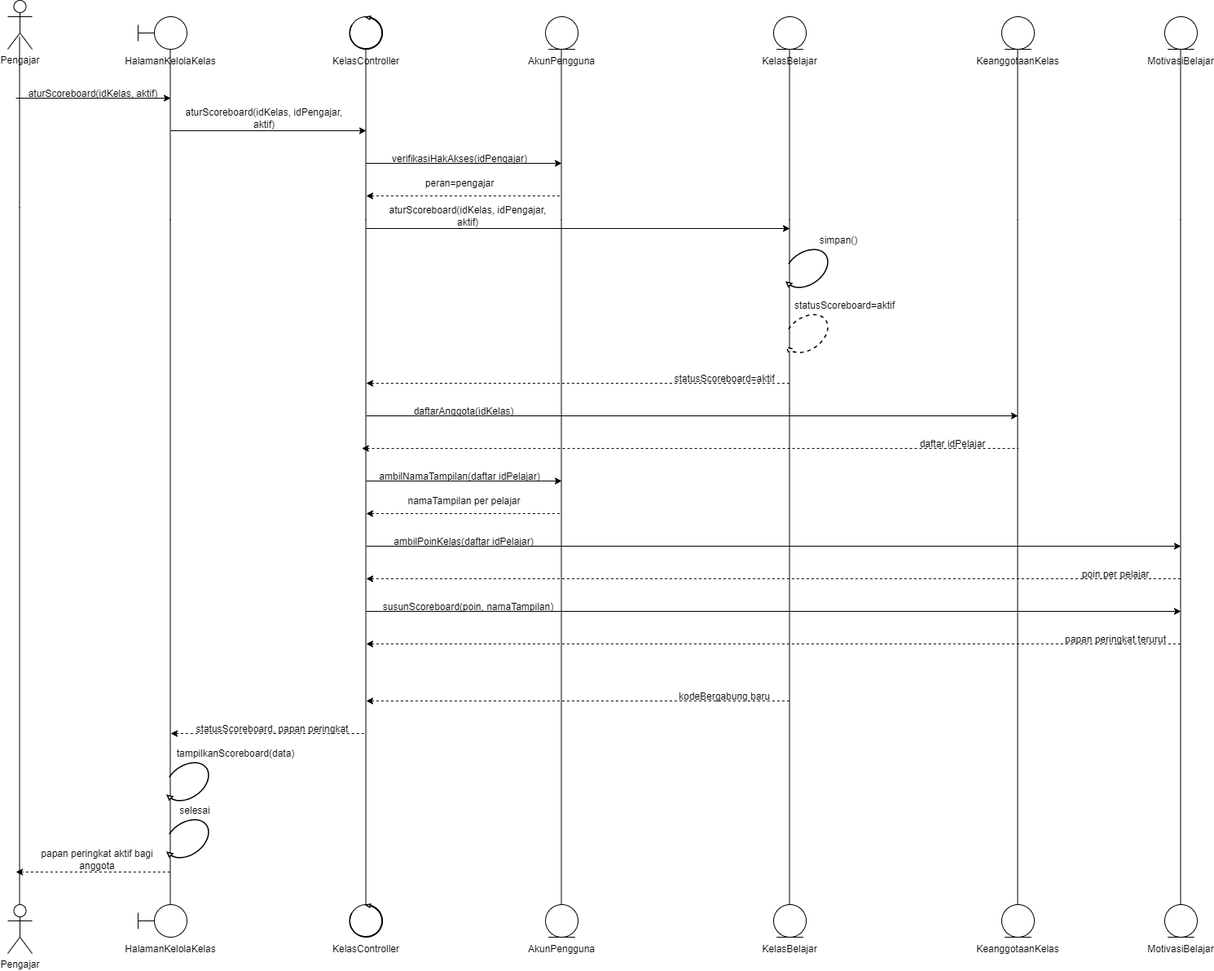
Before: docs/M7/assets/diagram/SkenarioAlt3 UC_07.drawio.png, a diagram exported from draw.io (nighttbott/IF2150-RPL-K02-G04). Source tidied: cells renumbered, new cells last; positions are measured from the earlier drawing's top-left corner, leaving out a move shared by most shapes.
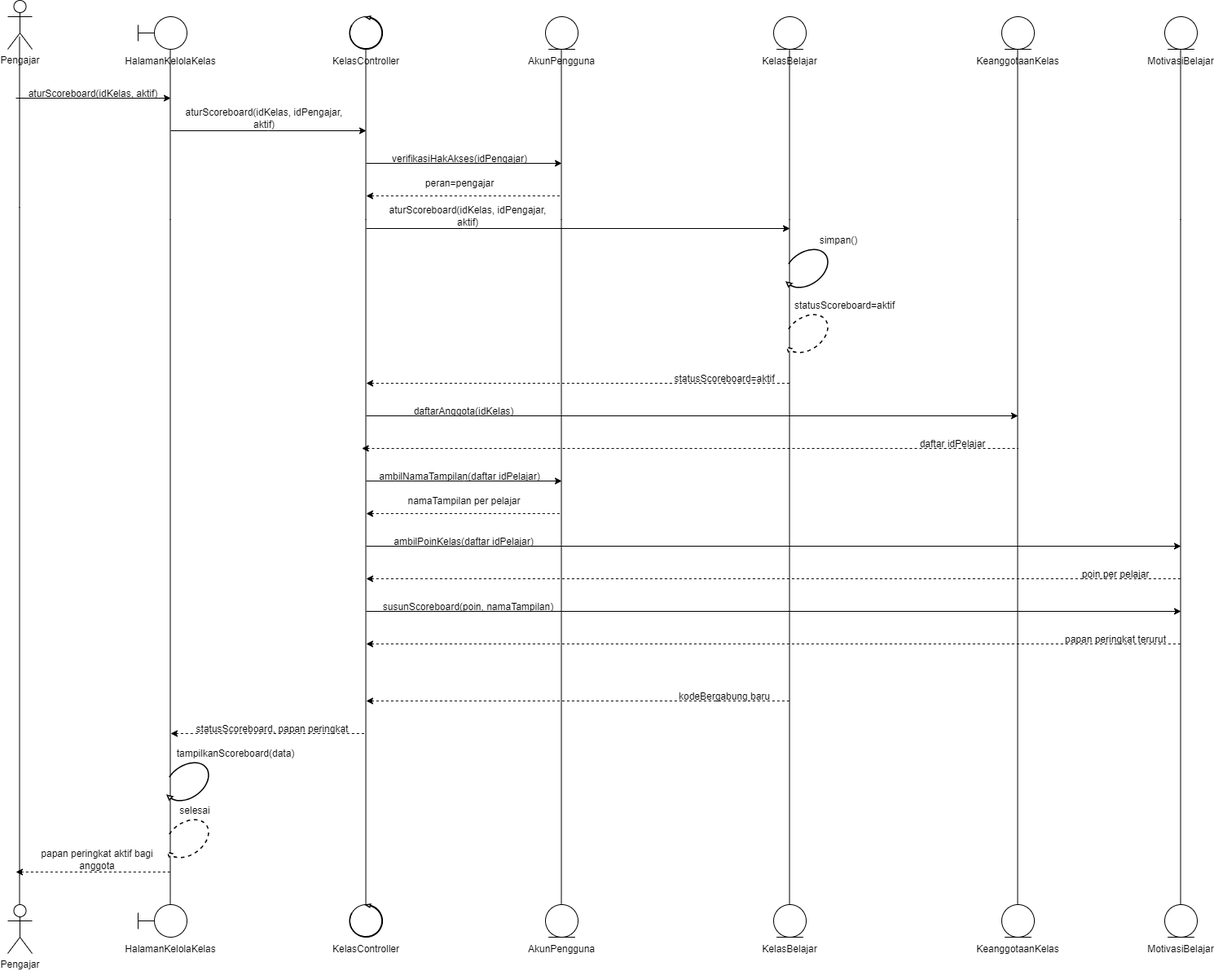
After the change.

Commit message:
fix: revisi diagram alt 3 uc07

What changed in the source:
```diff
@@ -166,7 +166,7 @@
     <mxCell id="37" value="selesai" style="text;html=1;whiteSpace=wrap;strokeColor=none;fillColor=none;align=center;verticalAlign=middle;rounded=0;" parent="1" vertex="1">
       <mxGeometry x="200" y="980" width="60" height="30" as="geometry" />
     </mxCell>
-    <mxCell id="38" style="verticalLabelPosition=bottom;html=1;verticalAlign=top;strokeWidth=1.5;shape=mxgraph.lean_mapping.physical_pull;labelPerimeter=1;rotation=-35;flipH=1;legacyAnchorPoints=0;" parent="1" vertex="1">
+    <mxCell id="38" style="verticalLabelPosition=bottom;html=1;verticalAlign=top;strokeWidth=1.5;shape=mxgraph.lean_mapping.physical_pull;labelPerimeter=1;rotation=-35;flipH=1;legacyAnchorPoints=0;dashed=1;" parent="1" vertex="1">
       <mxGeometry x="190" y="1010" width="60" height="40" as="geometry" />
     </mxCell>
     <mxCell id="39" value="papan peringkat aktif bagi anggota" style="text;html=1;whiteSpace=wrap;strokeColor=none;fillColor=none;align=center;verticalAlign=middle;rounded=0;" parent="1" vertex="1">
```
